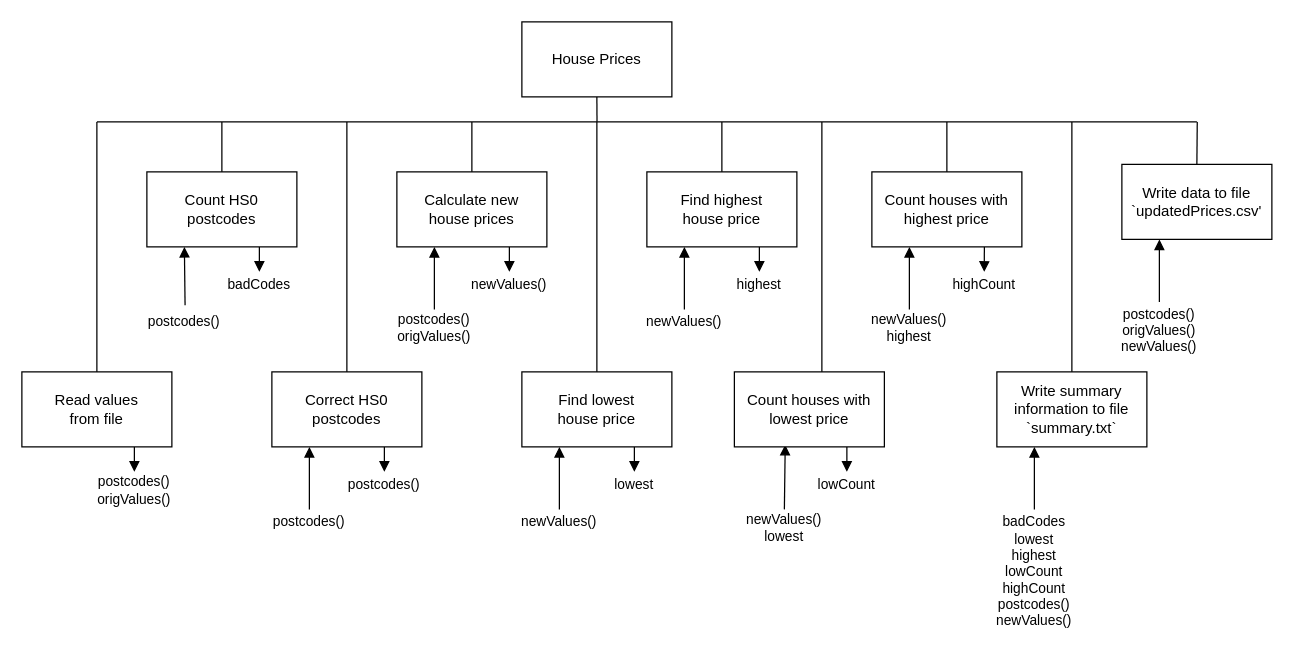
Above: page "sd" (1 of 3) of higher/sdd/H-SDD-House-Prices/assets/H SDD House Prices.drawio in MrFriendCS/MrFriendCS.github.io (draw.io), before the change. Source tidied: cells renumbered, new cells numbered last; positions are measured from the earlier drawing's top-left corner, leaving out a move shared by most shapes. Both pictures are drawn from the tidied source at 125%, with x=0, y=0 at pixel (21, 21).
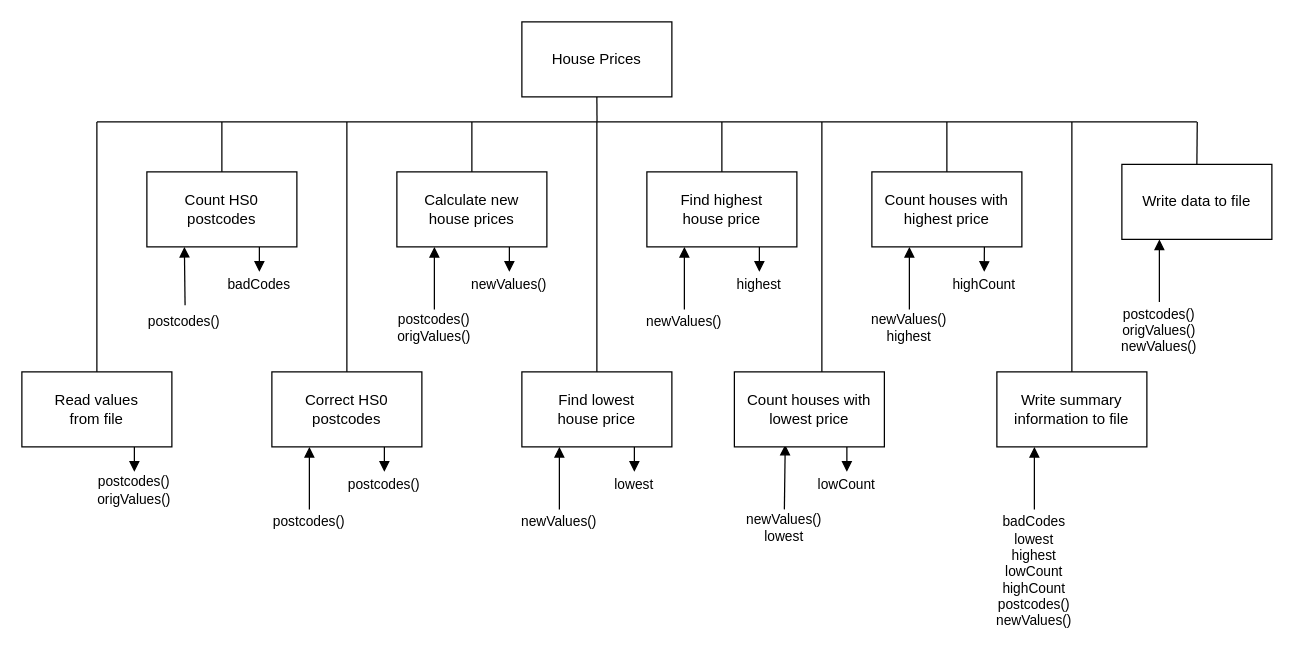
Above is the later version.

Diff of the diagram source:
```diff
@@
-    <mxCell id="50" value="Write summary&lt;br&gt;information to file&lt;br&gt;`summary.txt`" style="rounded=0;whiteSpace=wrap;html=1;spacingLeft=4;spacingRight=4;" parent="1" vertex="1">
+    <mxCell id="50" value="Write summary&lt;br&gt;information to file" style="rounded=0;whiteSpace=wrap;html=1;spacingLeft=4;spacingRight=4;" parent="1" vertex="1">
       <mxGeometry x="780" y="280" width="120" height="60" as="geometry" />
     </mxCell>
@@
-    <mxCell id="57" value="Write data to file&lt;br&gt;`updatedPrices.csv'" style="rounded=0;whiteSpace=wrap;html=1;spacingLeft=4;spacingRight=4;" parent="1" vertex="1">
+    <mxCell id="57" value="Write data to file" style="rounded=0;whiteSpace=wrap;html=1;spacingLeft=4;spacingRight=4;" parent="1" vertex="1">
       <mxGeometry x="880" y="114" width="120" height="60" as="geometry" />
     </mxCell>
```
